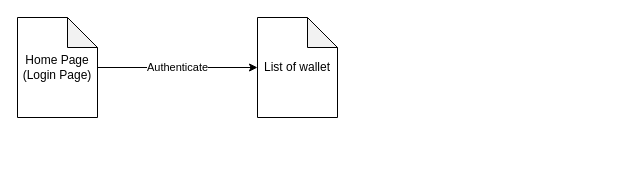
Above: page "Map" (1 of 3) of DS.drawio in ductin-dev/Income_Manager (draw.io), before the change. Source tidied: cells renumbered, new cells numbered last; positions are measured from the earlier drawing's top-left corner, leaving out a move shared by most shapes. Both pictures are drawn from the tidied source at 100%, with x=0, y=0 at pixel (17, 17).
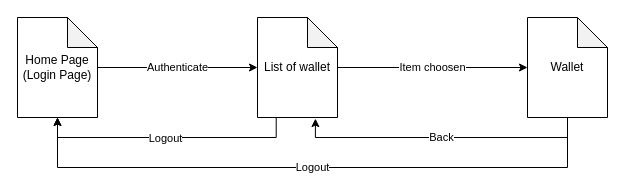
Above is the later version.

What changed in the source:
```diff
@@
 <mxGraphModel>
   <root>
     <mxCell id="0" />
     <mxCell id="1" parent="0" />
     <mxCell id="2" value="Authenticate" style="edgeStyle=orthogonalEdgeStyle;rounded=0;jettySize=auto;html=1;" parent="1" edge="1" source="3">
       <mxGeometry relative="1" as="geometry">
         <mxPoint x="240" y="50" as="targetPoint" />
       </mxGeometry>
     </mxCell>
     <mxCell id="3" value="Home Page (Login Page)" style="shape=note;whiteSpace=wrap;html=1;backgroundOutline=1;darkOpacity=0.05;" parent="1" vertex="1">
       <mxGeometry width="80" height="100" as="geometry" />
     </mxCell>
+    <mxCell id="5" value="Item choosen" style="edgeStyle=orthogonalEdgeStyle;rounded=0;jettySize=auto;html=1;" parent="1" edge="1" source="4">
+      <mxGeometry relative="1" as="geometry">
+        <mxPoint x="510" y="50" as="targetPoint" />
+      </mxGeometry>
+    </mxCell>
+    <mxCell id="6" style="edgeStyle=orthogonalEdgeStyle;rounded=0;jettySize=auto;html=1;entryX=0.5;entryY=1;entryDx=0;entryDy=0;entryPerimeter=0;exitX=0.234;exitY=1;exitDx=0;exitDy=0;exitPerimeter=0;" parent="1" edge="1" source="4" target="3">
+      <mxGeometry relative="1" as="geometry" />
+    </mxCell>
+    <mxCell id="7" value="Logout" style="edgeLabel;html=1;align=center;verticalAlign=middle;" parent="6" vertex="1">
+      <mxGeometry x="-0.15" relative="1" as="geometry">
+        <mxPoint x="-21" as="offset" />
+      </mxGeometry>
+    </mxCell>
     <mxCell id="4" value="List of wallet" style="shape=note;whiteSpace=wrap;html=1;backgroundOutline=1;darkOpacity=0.05;" parent="1" vertex="1">
       <mxGeometry x="240" width="80" height="100" as="geometry" />
     </mxCell>
+    <mxCell id="8" value="Logout" style="edgeStyle=orthogonalEdgeStyle;rounded=0;jettySize=auto;html=1;entryX=0.5;entryY=1;entryDx=0;entryDy=0;entryPerimeter=0;" parent="1" edge="1" source="10" target="3">
+      <mxGeometry relative="1" as="geometry">
+        <Array as="points">
+          <mxPoint x="550" y="150" />
+          <mxPoint x="40" y="150" />
+        </Array>
+      </mxGeometry>
+    </mxCell>
+    <mxCell id="9" value="Back" style="edgeStyle=orthogonalEdgeStyle;rounded=0;jettySize=auto;html=1;entryX=0.724;entryY=1.011;entryDx=0;entryDy=0;entryPerimeter=0;" parent="1" edge="1" source="10" target="4">
+      <mxGeometry relative="1" as="geometry">
+        <Array as="points">
+          <mxPoint x="550" y="120" />
+          <mxPoint x="298" y="120" />
+        </Array>
+      </mxGeometry>
+    </mxCell>
+    <mxCell id="10" value="Wallet" style="shape=note;whiteSpace=wrap;html=1;backgroundOutline=1;darkOpacity=0.05;" parent="1" vertex="1">
+      <mxGeometry x="510" width="80" height="100" as="geometry" />
+    </mxCell>
   </root>
 </mxGraphModel>
```
